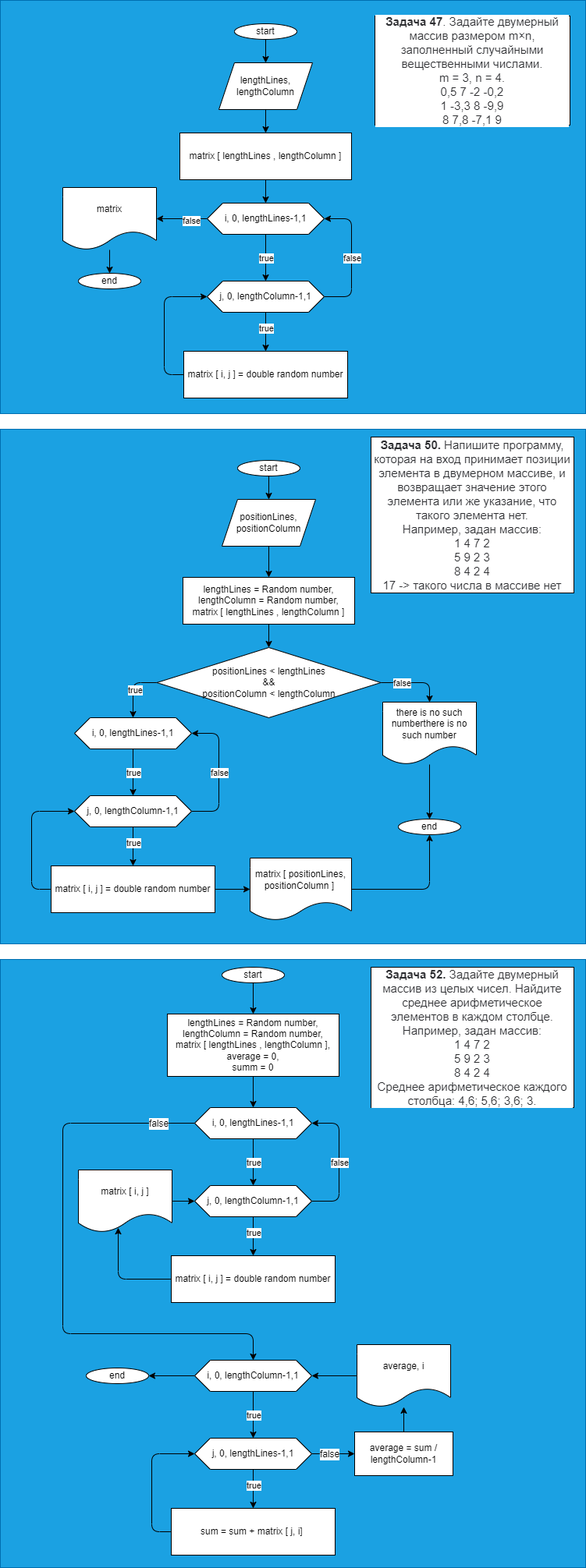
Above: Seminar_7/Algori.drawio.png in AlexKleimon/CSharp_HomeWork (draw.io), before the change. Source tidied: cells renumbered, new cells last; positions are measured from the earlier drawing's top-left corner, leaving out a move shared by most shapes.
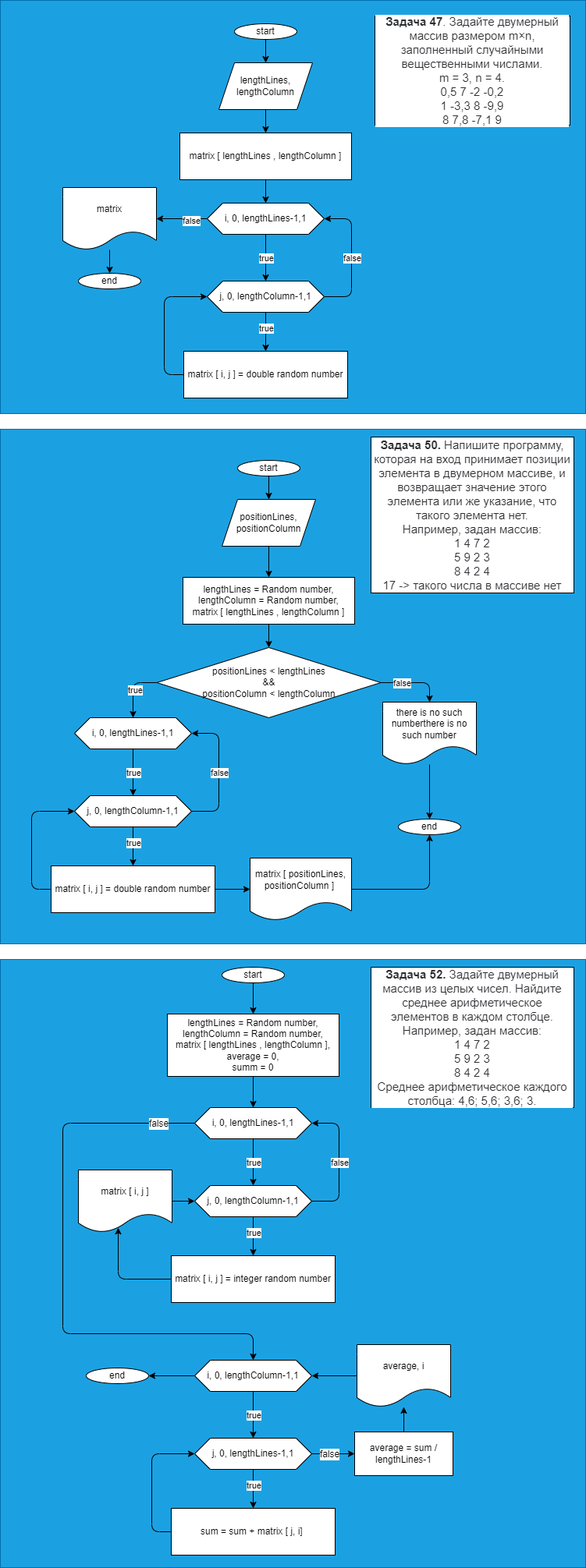
After the commit.

Change to the diagram source:
```diff
@@ -258,7 +258,7 @@
         </Array>
       </mxGeometry>
     </mxCell>
-    <mxCell id="66" value="matrix [ i, j ] = double random number" style="rounded=0;whiteSpace=wrap;html=1;" parent="1" vertex="1">
+    <mxCell id="66" value="matrix [ i, j ] = integer random number" style="rounded=0;whiteSpace=wrap;html=1;" parent="1" vertex="1">
       <mxGeometry x="219" y="1610" width="210" height="60" as="geometry" />
     </mxCell>
     <mxCell id="67" style="edgeStyle=none;html=1;exitX=0.5;exitY=1;exitDx=0;exitDy=0;entryX=0.5;entryY=0;entryDx=0;entryDy=0;" parent="1" edge="1" source="71">
@@ -336,7 +336,7 @@
     <mxCell id="83" style="edgeStyle=none;html=1;exitX=0.5;exitY=0;exitDx=0;exitDy=0;fontSize=12;" parent="1" edge="1" source="84" target="86">
       <mxGeometry relative="1" as="geometry" />
     </mxCell>
-    <mxCell id="84" value="average = sum / lengthColumn-1" style="rounded=0;whiteSpace=wrap;html=1;fontSize=12;" parent="1" vertex="1">
+    <mxCell id="84" value="average = sum / lengthLines-1" style="rounded=0;whiteSpace=wrap;html=1;fontSize=12;" parent="1" vertex="1">
       <mxGeometry x="454" y="1836" width="126" height="56" as="geometry" />
     </mxCell>
     <mxCell id="85" style="edgeStyle=none;html=1;exitX=0;exitY=0.5;exitDx=0;exitDy=0;entryX=1;entryY=0.5;entryDx=0;entryDy=0;fontSize=12;" parent="1" edge="1" source="86" target="75">
```
